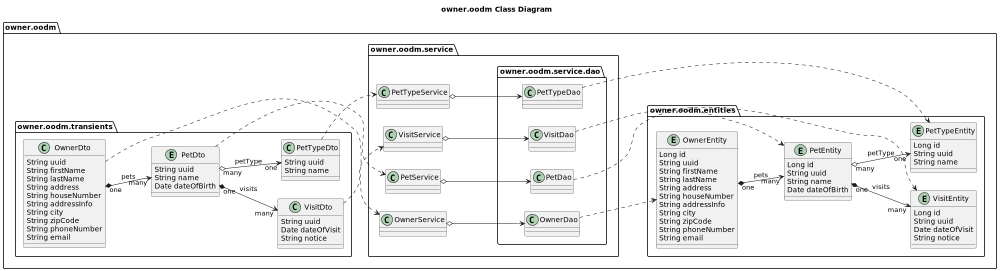
Above: uml/owner/implementation/DB__class-owner_oodm_Class_Diagram.png in Jakarta-EE-Petclinic/petclinic-uml (PlantUML), before the change.
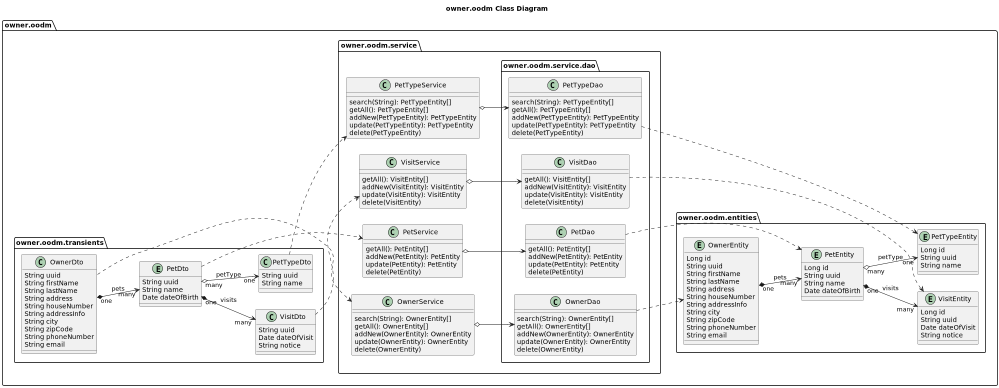
The same file after the commit.

Diff of the diagram source:
```diff
@@ -53,29 +53,65 @@
     package owner.oodm.service {
 
         class OwnerService {
+            search(String): OwnerEntity[]
+            getAll(): OwnerEntity[]
+            addNew(OwnerEntity): OwnerEntity
+            update(OwnerEntity): OwnerEntity
+            delete(OwnerEntity)
         }
 
         class PetService {
+            getAll(): PetEntity[]
+            addNew(PetEntity): PetEntity
+            update(PetEntity): PetEntity
+            delete(PetEntity)
         }
 
         class VisitService {
+            getAll(): VisitEntity[]
+            addNew(VisitEntity): VisitEntity
+            update(VisitEntity): VisitEntity
+            delete(VisitEntity)
         }
 
         class PetTypeService {
+            search(String): PetTypeEntity[]
+            getAll(): PetTypeEntity[]
+            addNew(PetTypeEntity): PetTypeEntity
+            update(PetTypeEntity): PetTypeEntity
+            delete(PetTypeEntity)
         }
 
         package owner.oodm.service.dao {
 
             class OwnerDao {
+                search(String): OwnerEntity[]
+                getAll(): OwnerEntity[]
+                addNew(OwnerEntity): OwnerEntity
+                update(OwnerEntity): OwnerEntity
+                delete(OwnerEntity)
             }
 
             class PetDao {
+                getAll(): PetEntity[]
+                addNew(PetEntity): PetEntity
+                update(PetEntity): PetEntity
+                delete(PetEntity)
             }
 
             class VisitDao {
+                getAll(): VisitEntity[]
+                addNew(VisitEntity): VisitEntity
+                update(VisitEntity): VisitEntity
+                delete(VisitEntity)
             }
 
             class PetTypeDao {
+                search(String): PetTypeEntity[]
+                getAll(): PetTypeEntity[]
+                addNew(PetTypeEntity): PetTypeEntity
+                update(PetTypeEntity): PetTypeEntity
+                delete(PetTypeEntity)
             }
 
             OwnerDao ..> OwnerEntity
```
